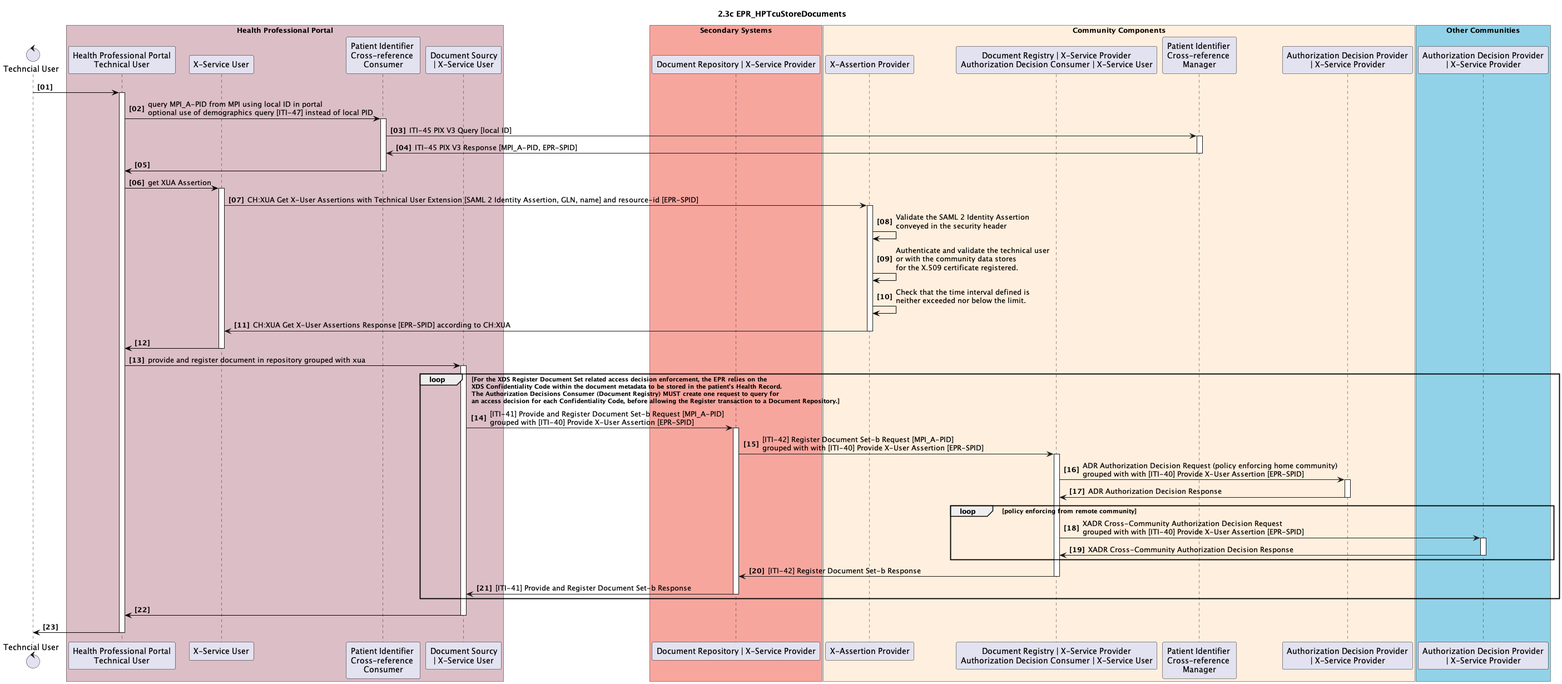
This is 2_03c_EPR_HPTcuStoreDocuments.plantuml.png from ahdis/ch-epr-seqdiag, a PlantUML export, as it was before one commit.
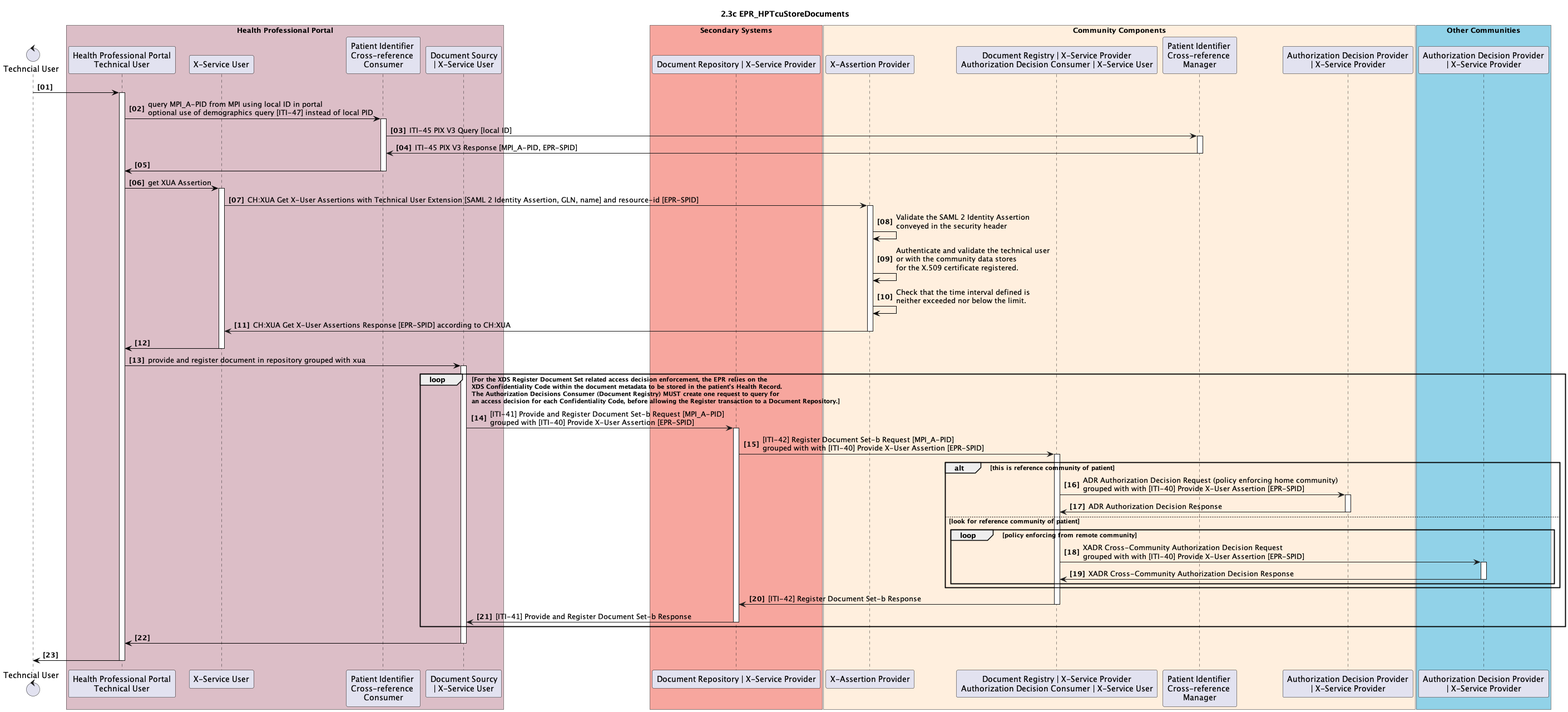
After the commit.

What changed in the source:
```diff
@@ -41,16 +41,20 @@
   ss_doc_repository -> cc_doc_registry: [ITI-42] Register Document Set-b Request [MPI_A-PID] \ngrouped with with [ITI-40] Provide X-User Assertion [EPR-SPID]
   activate cc_doc_registry
 
+alt this is reference community of patient
+
   cc_doc_registry -> cc_adp: ADR Authorization Decision Request (policy enforcing home community)\ngrouped with with [ITI-40] Provide X-User Assertion [EPR-SPID]
   activate cc_adp
   cc_doc_registry <- cc_adp: ADR Authorization Decision Response
   deactivate cc_adp
 
-  loop policy enforcing from remote community
-    cc_doc_registry -> xc_adp: XADR Cross-Community Authorization Decision Request\ngrouped with with [ITI-40] Provide X-User Assertion [EPR-SPID]
-    activate xc_adp
-    cc_doc_registry <- xc_adp: XADR Cross-Community Authorization Decision Response
-    deactivate xc_adp
+else look for reference community of patient
+    loop policy enforcing from remote community
+      cc_doc_registry -> xc_adp: XADR Cross-Community Authorization Decision Request\ngrouped with with [ITI-40] Provide X-User Assertion [EPR-SPID]
+      activate xc_adp
+      cc_doc_registry <- xc_adp: XADR Cross-Community Authorization Decision Response
+      deactivate xc_adp
+    end
   end
 
   ss_doc_repository <- cc_doc_registry: [ITI-42] Register Document Set-b Response
```
